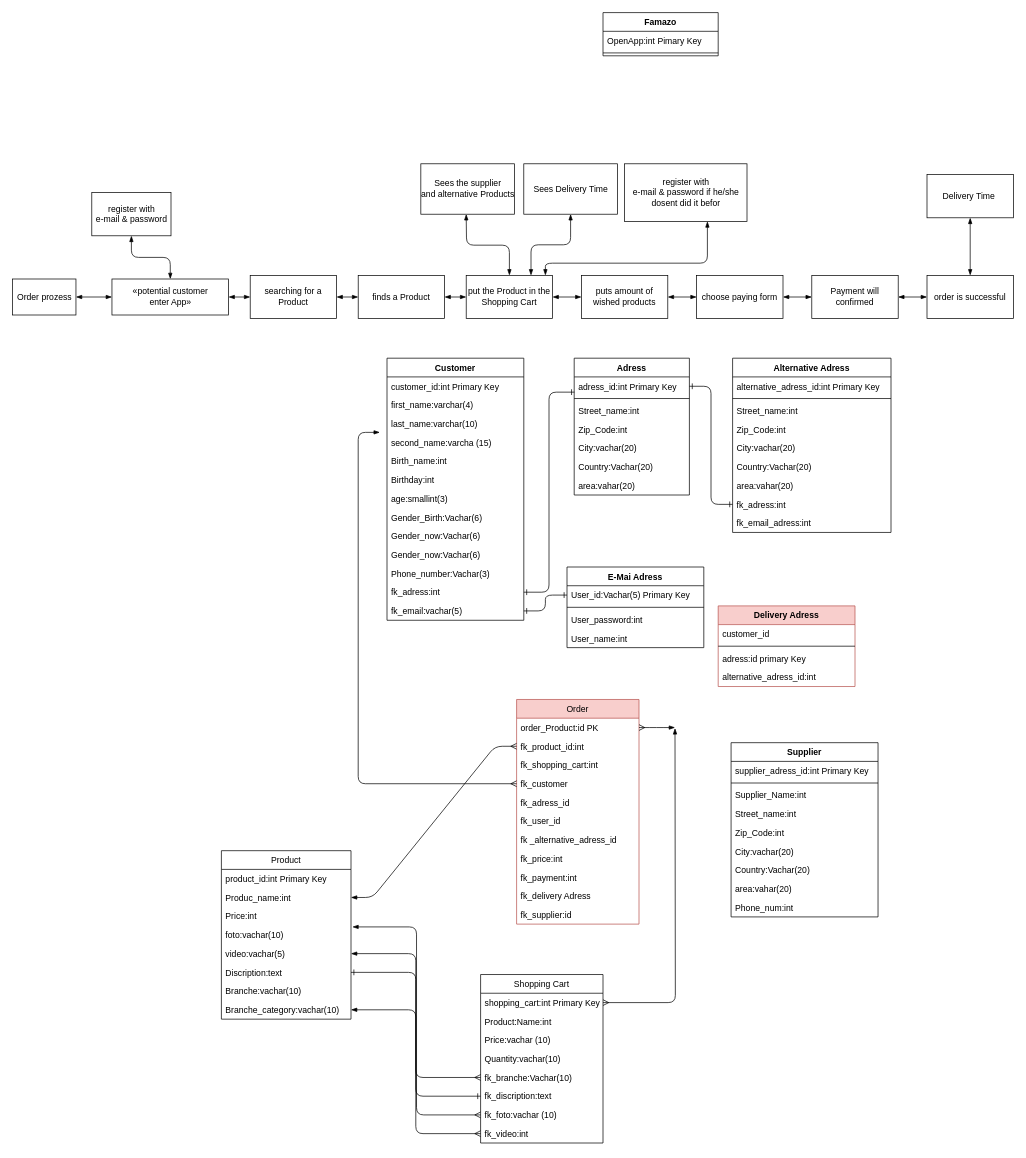
The draw.io diagram page "Famazon Visual 3 UML" (3 of 3) of Michael/FamazonMichael.drawio in MichaelGarrigosa/backenddayone, before the edit. Source tidied: cells renumbered, new cells numbered last; positions are measured from the earlier drawing's top-left corner, leaving out a move shared by most shapes. Both pictures are drawn from the tidied source at 72%, with x=0, y=0 at pixel (12, 12).
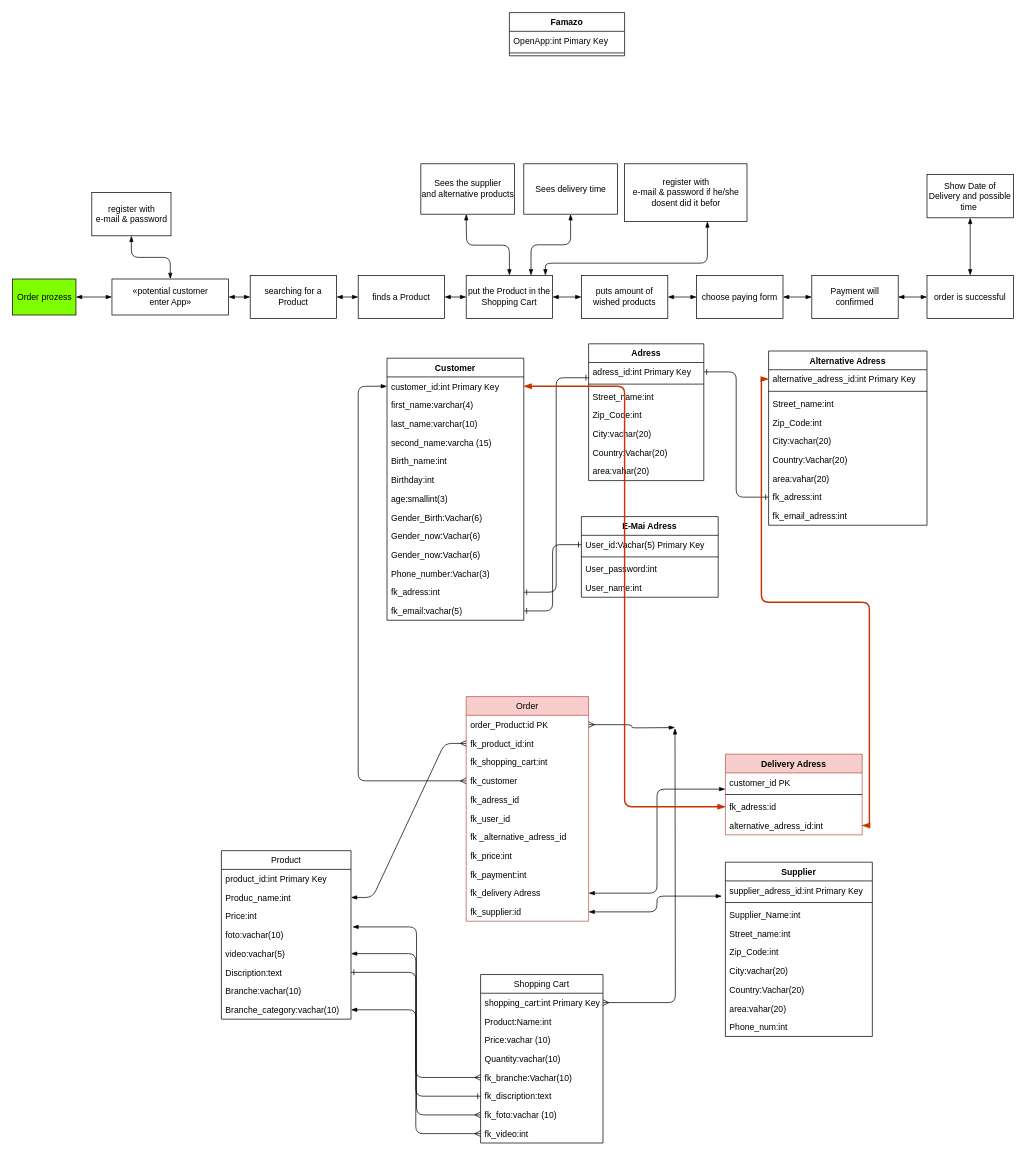
The same page after the edit.

Unchanged cells that the change refers to:
```xml
<mxCell id="11" value="customer_id:int Primary Key" style="text;strokeColor=none;fillColor=none;align=left;verticalAlign=top;spacingLeft=4;spacingRight=4;overflow=hidden;points=[[0,0.5],[1,0.5]];portConstraint=eastwest;" parent="10" vertex="1">
  <mxGeometry y="26" width="190" height="26" as="geometry" />
</mxCell>
<mxCell id="35" value="alternative_adress_id:int Primary Key" style="text;strokeColor=none;fillColor=none;align=left;verticalAlign=top;spacingLeft=4;spacingRight=4;overflow=hidden;points=[[0,0.5],[1,0.5]];portConstraint=eastwest;" parent="34" vertex="1">
  <mxGeometry y="26" width="220" height="26" as="geometry" />
</mxCell>
<mxCell id="71" value="fk_customer" style="text;strokeColor=none;fillColor=none;align=left;verticalAlign=top;spacingLeft=4;spacingRight=4;overflow=hidden;points=[[0,0.5],[1,0.5]];portConstraint=eastwest;" parent="67" vertex="1">
  <mxGeometry y="104" width="170" height="26" as="geometry" />
</mxCell>
<mxCell id="77" value="fk_delivery Adress" style="text;strokeColor=none;fillColor=none;align=left;verticalAlign=top;spacingLeft=4;spacingRight=4;overflow=hidden;points=[[0,0.5],[1,0.5]];portConstraint=eastwest;" parent="67" vertex="1">
  <mxGeometry y="260" width="170" height="26" as="geometry" />
</mxCell>
<mxCell id="78" value="fk_supplier:id" style="text;strokeColor=none;fillColor=none;align=left;verticalAlign=top;spacingLeft=4;spacingRight=4;overflow=hidden;points=[[0,0.5],[1,0.5]];portConstraint=eastwest;" parent="67" vertex="1">
  <mxGeometry y="286" width="170" height="26" as="geometry" />
</mxCell>
<mxCell id="85" value="alternative_adress_id:int" style="text;strokeColor=none;fillColor=none;align=left;verticalAlign=top;spacingLeft=4;spacingRight=4;overflow=hidden;points=[[0,0.5],[1,0.5]];portConstraint=eastwest;" parent="81" vertex="1">
  <mxGeometry y="86" width="190" height="26" as="geometry" />
</mxCell>
<mxCell id="89" value="supplier_adress_id:int Primary Key" style="text;strokeColor=none;fillColor=none;align=left;verticalAlign=top;spacingLeft=4;spacingRight=4;overflow=hidden;points=[[0,0.5],[1,0.5]];portConstraint=eastwest;" parent="88" vertex="1">
  <mxGeometry y="26" width="204.1" height="26" as="geometry" />
</mxCell>
```

The edit, as a diff of the source:
```diff
@@
     <mxCell id="2" value="Adress" style="swimlane;fontStyle=1;align=center;verticalAlign=top;horizontal=1;startSize=26;" parent="1" vertex="1">
-      <mxGeometry x="780" y="480" width="160" height="190" as="geometry" />
+      <mxGeometry x="800" y="460" width="160" height="190" as="geometry" />
     </mxCell>
@@
     <mxCell id="24" value="E-Mai Adress" style="swimlane;fontStyle=1;align=center;verticalAlign=top;horizontal=1;startSize=26;" parent="1" vertex="1">
-      <mxGeometry x="770" y="770" width="190" height="112" as="geometry" />
+      <mxGeometry x="790" y="700" width="190" height="112" as="geometry" />
     </mxCell>
@@
     <mxCell id="31" value="Famazo" style="swimlane;fontStyle=1;align=center;verticalAlign=top;horizontal=1;startSize=26;" parent="1" vertex="1">
-      <mxGeometry x="820" width="160" height="60" as="geometry" />
+      <mxGeometry x="690" width="160" height="60" as="geometry" />
     </mxCell>
@@
     <mxCell id="34" value="Alternative Adress" style="swimlane;fontStyle=1;align=center;verticalAlign=top;horizontal=1;startSize=26;" parent="1" vertex="1">
-      <mxGeometry x="1000" y="480" width="220" height="242" as="geometry" />
+      <mxGeometry x="1050" y="470" width="220" height="242" as="geometry" />
     </mxCell>
@@
     <mxCell id="67" value="Order" style="swimlane;fontStyle=0;horizontal=1;startSize=26;fillColor=#f8cecc;strokeColor=#b85450;" parent="1" vertex="1">
-      <mxGeometry x="700" y="954" width="170" height="312" as="geometry" />
+      <mxGeometry x="630" y="950" width="170" height="312" as="geometry" />
     </mxCell>
@@
-    <mxCell id="80" style="edgeStyle=elbowEdgeStyle;html=1;startArrow=ERmany;startFill=0;endArrow=blockThin;endFill=1;exitX=0;exitY=0.5;exitDx=0;exitDy=0;" parent="1" edge="1" source="71">
+    <mxCell id="80" style="edgeStyle=elbowEdgeStyle;html=1;startArrow=ERmany;startFill=0;endArrow=blockThin;endFill=1;exitX=0;exitY=0.5;exitDx=0;exitDy=0;entryX=0;entryY=0.5;entryDx=0;entryDy=0;" parent="1" edge="1" source="71" target="11">
       <mxGeometry relative="1" as="geometry">
-        <mxPoint x="510" y="583" as="targetPoint" />
         <Array as="points">
           <mxPoint x="480" y="999" />
           <mxPoint x="400" y="744" />
         </Array>
       </mxGeometry>
     </mxCell>
     <mxCell id="81" value="Delivery Adress" style="swimlane;fontStyle=1;align=center;verticalAlign=top;horizontal=1;startSize=26;fillColor=#f8cecc;strokeColor=#b85450;" parent="1" vertex="1">
-      <mxGeometry x="980" y="824" width="190" height="112" as="geometry" />
+      <mxGeometry x="990" y="1030" width="190" height="112" as="geometry" />
     </mxCell>
-    <mxCell id="82" value="customer_id" style="text;strokeColor=none;fillColor=none;align=left;verticalAlign=top;spacingLeft=4;spacingRight=4;overflow=hidden;points=[[0,0.5],[1,0.5]];portConstraint=eastwest;" parent="81" vertex="1">
+    <mxCell id="82" value="customer_id PK" style="text;strokeColor=none;fillColor=none;align=left;verticalAlign=top;spacingLeft=4;spacingRight=4;overflow=hidden;points=[[0,0.5],[1,0.5]];portConstraint=eastwest;" parent="81" vertex="1">
       <mxGeometry y="26" width="190" height="26" as="geometry" />
     </mxCell>
@@
-    <mxCell id="84" value="adress:id primary Key" style="text;strokeColor=none;fillColor=none;align=left;verticalAlign=top;spacingLeft=4;spacingRight=4;overflow=hidden;points=[[0,0.5],[1,0.5]];portConstraint=eastwest;" parent="81" vertex="1">
+    <mxCell id="84" value="fk_adress:id " style="text;strokeColor=none;fillColor=none;align=left;verticalAlign=top;spacingLeft=4;spacingRight=4;overflow=hidden;points=[[0,0.5],[1,0.5]];portConstraint=eastwest;" parent="81" vertex="1">
       <mxGeometry y="60" width="190" height="26" as="geometry" />
     </mxCell>
@@
     <mxCell id="88" value="Supplier" style="swimlane;fontStyle=1;align=center;verticalAlign=top;horizontal=1;startSize=26;" parent="1" vertex="1">
-      <mxGeometry x="997.9" y="1014" width="204.1" height="242" as="geometry" />
+      <mxGeometry x="990" y="1180" width="204.1" height="242" as="geometry" />
     </mxCell>
@@
-    <mxCell id="99" value="Order prozess" style="html=1;" parent="1" vertex="1">
+    <mxCell id="99" value="Order prozess" style="html=1;fillColor=#80FF00;" parent="1" vertex="1">
       <mxGeometry y="370" width="88" height="50" as="geometry" />
     </mxCell>
@@
-    <mxCell id="117" value="Sees the supplier&lt;br&gt;and alternative Products" style="html=1;" parent="1" vertex="1">
+    <mxCell id="117" value="Sees the supplier&lt;br&gt;and alternative products" style="html=1;" parent="1" vertex="1">
       <mxGeometry x="567" y="210" width="130" height="70" as="geometry" />
     </mxCell>
@@
-    <mxCell id="123" value="Sees Delivery Time" style="html=1;" parent="1" vertex="1">
+    <mxCell id="123" value="Sees delivery time" style="html=1;" parent="1" vertex="1">
       <mxGeometry x="710" y="210" width="130" height="70" as="geometry" />
     </mxCell>
-    <mxCell id="124" value="Delivery Time&amp;nbsp;" style="whiteSpace=wrap;html=1;" parent="1" vertex="1">
+    <mxCell id="124" value="Show Date of Delivery and possible time&amp;nbsp;" style="whiteSpace=wrap;html=1;" parent="1" vertex="1">
       <mxGeometry x="1270" y="225" width="120" height="60" as="geometry" />
     </mxCell>
+    <mxCell id="125" style="edgeStyle=orthogonalEdgeStyle;rounded=1;html=1;entryX=-0.024;entryY=0.813;entryDx=0;entryDy=0;entryPerimeter=0;startArrow=blockThin;startFill=1;endArrow=blockThin;endFill=1;" parent="1" edge="1" source="78" target="89">
+      <mxGeometry relative="1" as="geometry" />
+    </mxCell>
+    <mxCell id="126" style="edgeStyle=orthogonalEdgeStyle;rounded=1;html=1;entryX=-0.001;entryY=0.866;entryDx=0;entryDy=0;entryPerimeter=0;startArrow=blockThin;startFill=1;endArrow=blockThin;endFill=1;" parent="1" edge="1" source="77" target="82">
+      <mxGeometry relative="1" as="geometry" />
+    </mxCell>
+    <mxCell id="127" style="edgeStyle=orthogonalEdgeStyle;rounded=1;html=1;startArrow=blockThin;startFill=1;endArrow=blockThin;endFill=1;fillColor=#fa6800;strokeColor=#C73500;strokeWidth=2;" parent="1" edge="1" source="84" target="11">
+      <mxGeometry relative="1" as="geometry" />
+    </mxCell>
+    <mxCell id="128" style="edgeStyle=orthogonalEdgeStyle;rounded=1;html=1;startArrow=blockThin;startFill=1;endArrow=blockThin;endFill=1;strokeWidth=2;fillColor=#fa6800;strokeColor=#C73500;exitX=0;exitY=0.5;exitDx=0;exitDy=0;" parent="1" edge="1" source="35" target="85">
+      <mxGeometry relative="1" as="geometry" />
+    </mxCell>
```
